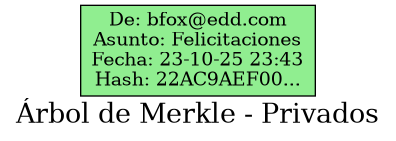
JoseArt777/-EDD-1S2025_202100305 keeps this Graphviz diagram as Fase1/src/lgarcia-Reportes/merkle_tree.png. Above is the earlier version. Its source is kept beside it as Fase1/src/lgarcia-Reportes/merkle_tree.dot.
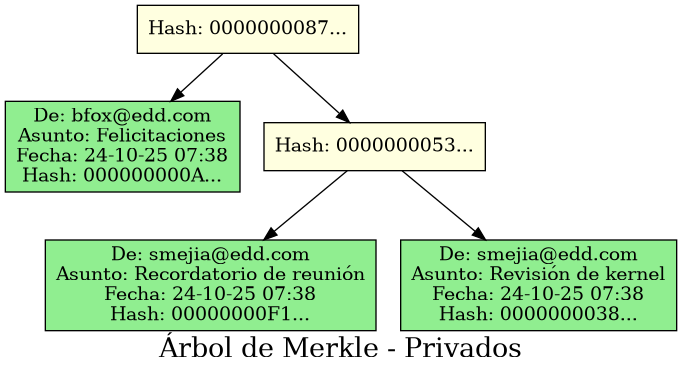
Above is the later version.

What changed in the source:
```diff
@@ -4,5 +4,13 @@
     node [shape=box, style=filled];
     rankdir=TB;
 
-    node0 [label="De: bfox@edd.com\nAsunto: Felicitaciones\nFecha: 23-10-25 23:43\nHash: 22AC9AEF00...", fillcolor=lightgreen];
+    node0 [label="Hash: 0000000087...", fillcolor=lightyellow];
+    node1 [label="De: bfox@edd.com\nAsunto: Felicitaciones\nFecha: 24-10-25 07:38\nHash: 000000000A...", fillcolor=lightgreen];
+    node0 -> node1;
+    node2 [label="Hash: 0000000053...", fillcolor=lightyellow];
+    node3 [label="De: smejia@edd.com\nAsunto: Recordatorio de reunión\nFecha: 24-10-25 07:38\nHash: 00000000F1...", fillcolor=lightgreen];
+    node2 -> node3;
+    node4 [label="De: smejia@edd.com\nAsunto: Revisión de kernel\nFecha: 24-10-25 07:38\nHash: 0000000038...", fillcolor=lightgreen];
+    node2 -> node4;
+    node0 -> node2;
 }
```
